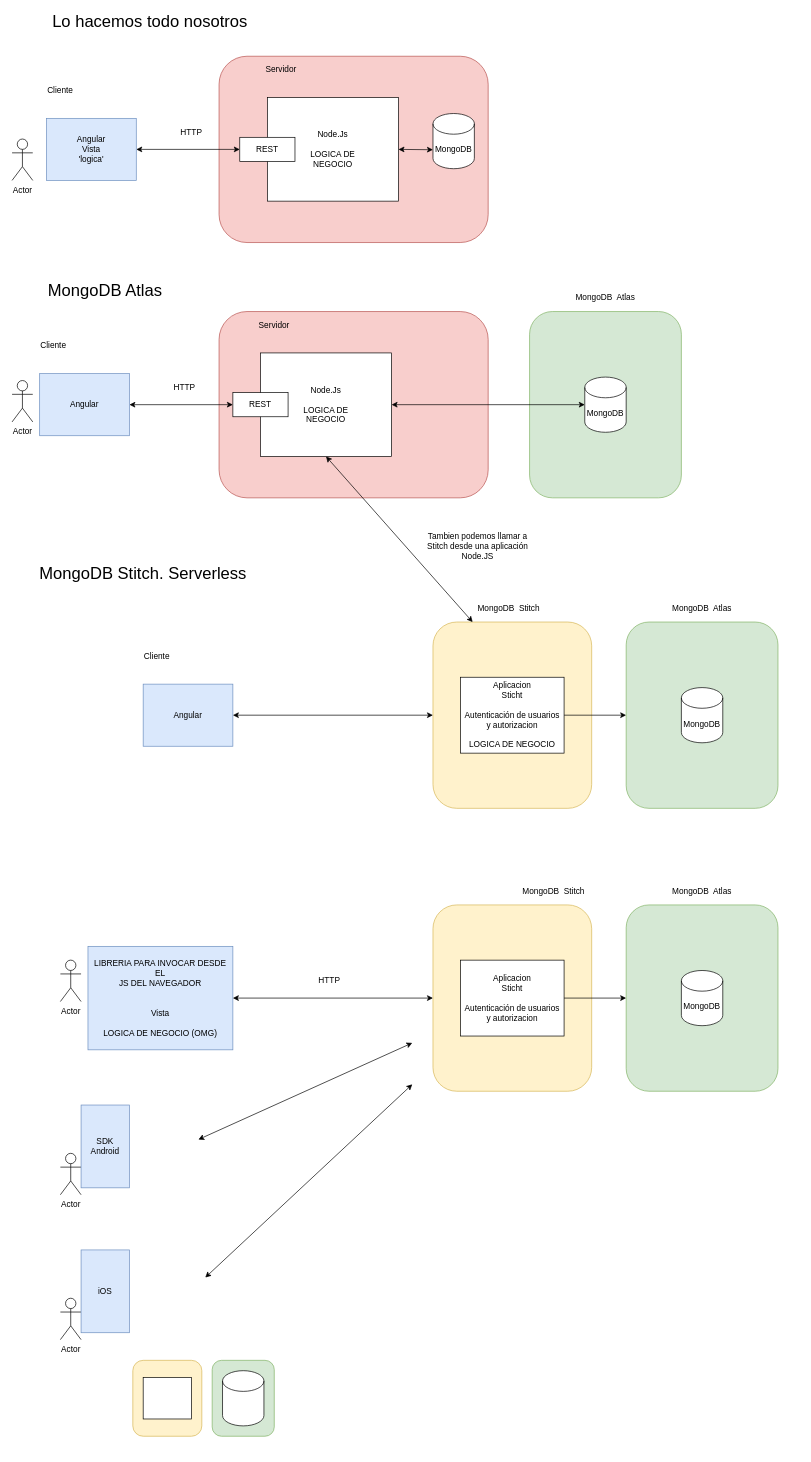
Earlier version of the draw.io diagram page "MongoDB_Cloud" (60 of 66) of diagramas.drawio (almoril00/MEAN). Source tidied: cells renumbered, new cells numbered last; positions are measured from the earlier drawing's top-left corner, leaving out a move shared by most shapes. Both pictures are drawn from the tidied source at 69%, with x=0, y=0 at pixel (12, 14).
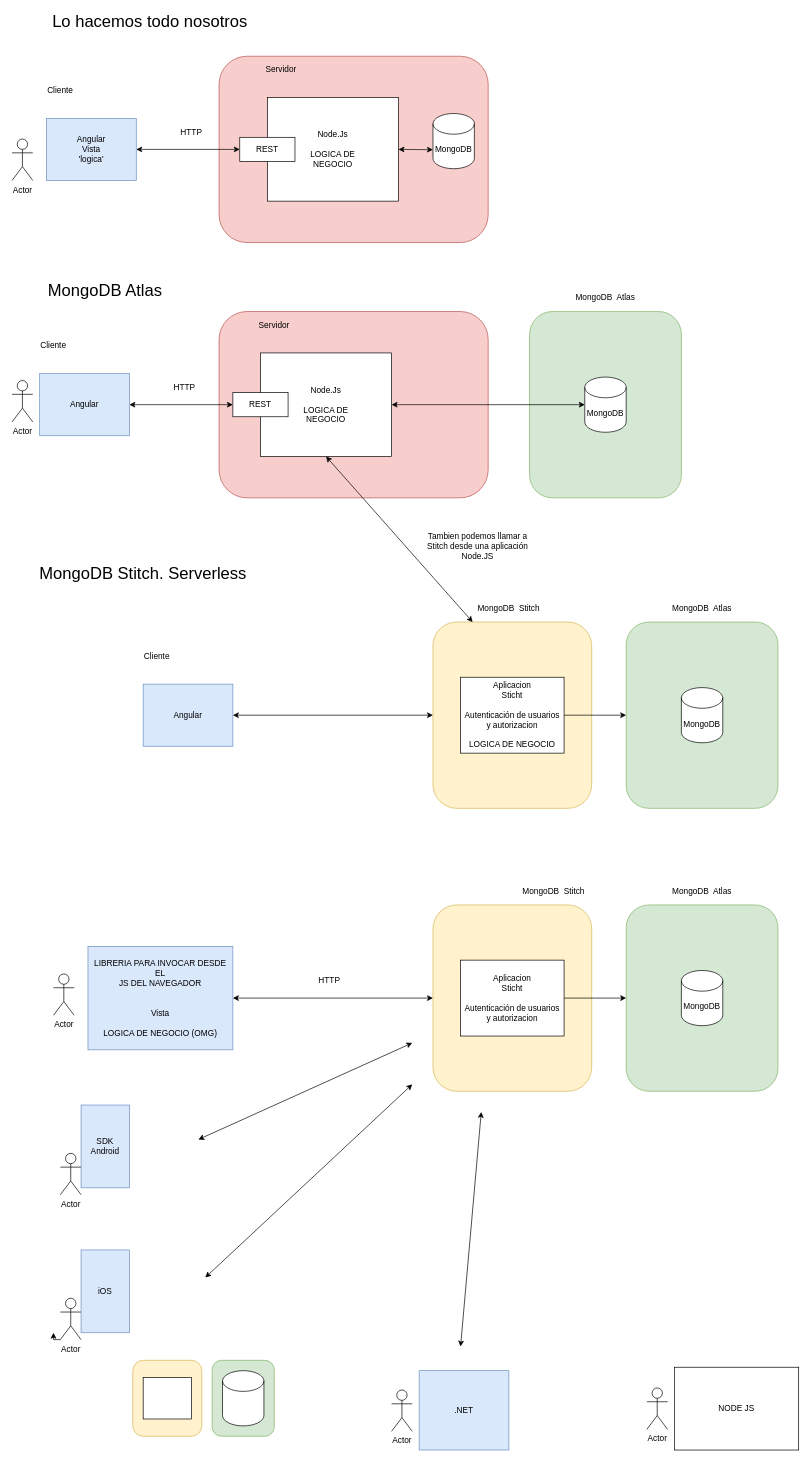
The same diagram, later.

The change refers to these unchanged cells:
```xml
<mxCell id="46" value="Actor" style="shape=umlActor;verticalLabelPosition=bottom;verticalAlign=top;html=1;outlineConnect=0;fillColor=none;" parent="1" vertex="1">
  <mxGeometry x="70" y="1860" width="30" height="60" as="geometry" />
</mxCell>
```

Diff of the diagram source:
```diff
@@
     <mxCell id="42" value="Actor" style="shape=umlActor;verticalLabelPosition=bottom;verticalAlign=top;html=1;fillColor=none;" parent="1" vertex="1">
-      <mxGeometry x="70" y="1370" width="30" height="60" as="geometry" />
+      <mxGeometry x="60" y="1390" width="30" height="60" as="geometry" />
     </mxCell>
@@
+    <mxCell id="62" style="edgeStyle=orthogonalEdgeStyle;rounded=0;jettySize=auto;html=1;exitX=0;exitY=1;exitDx=0;exitDy=0;exitPerimeter=0;" parent="1" edge="1" source="46">
+      <mxGeometry relative="1" as="geometry">
+        <mxPoint x="60" y="1910" as="targetPoint" />
+      </mxGeometry>
+    </mxCell>
@@
+    <mxCell id="63" value=".NET" style="rounded=0;whiteSpace=wrap;html=1;fillColor=#dae8fc;strokeColor=#6c8ebf;" parent="1" vertex="1">
+      <mxGeometry x="590" y="1965" width="130" height="115" as="geometry" />
+    </mxCell>
+    <mxCell id="64" value="Actor" style="shape=umlActor;verticalLabelPosition=bottom;verticalAlign=top;html=1;fillColor=none;" parent="1" vertex="1">
+      <mxGeometry x="550" y="1993" width="30" height="60" as="geometry" />
+    </mxCell>
+    <mxCell id="65" style="endArrow=classic;startArrow=classic;html=1;" parent="1" edge="1">
+      <mxGeometry relative="1" as="geometry">
+        <mxPoint x="650" y="1930" as="sourcePoint" />
+        <mxPoint x="680" y="1590" as="targetPoint" />
+      </mxGeometry>
+    </mxCell>
+    <mxCell id="66" value="NODE JS" style="rounded=0;whiteSpace=wrap;html=1;fillColor=none;" parent="1" vertex="1">
+      <mxGeometry x="960" y="1960" width="180" height="120" as="geometry" />
+    </mxCell>
+    <mxCell id="67" value="Actor" style="shape=umlActor;verticalLabelPosition=bottom;verticalAlign=top;html=1;fillColor=none;" parent="1" vertex="1">
+      <mxGeometry x="920" y="1990" width="30" height="60" as="geometry" />
+    </mxCell>
```
